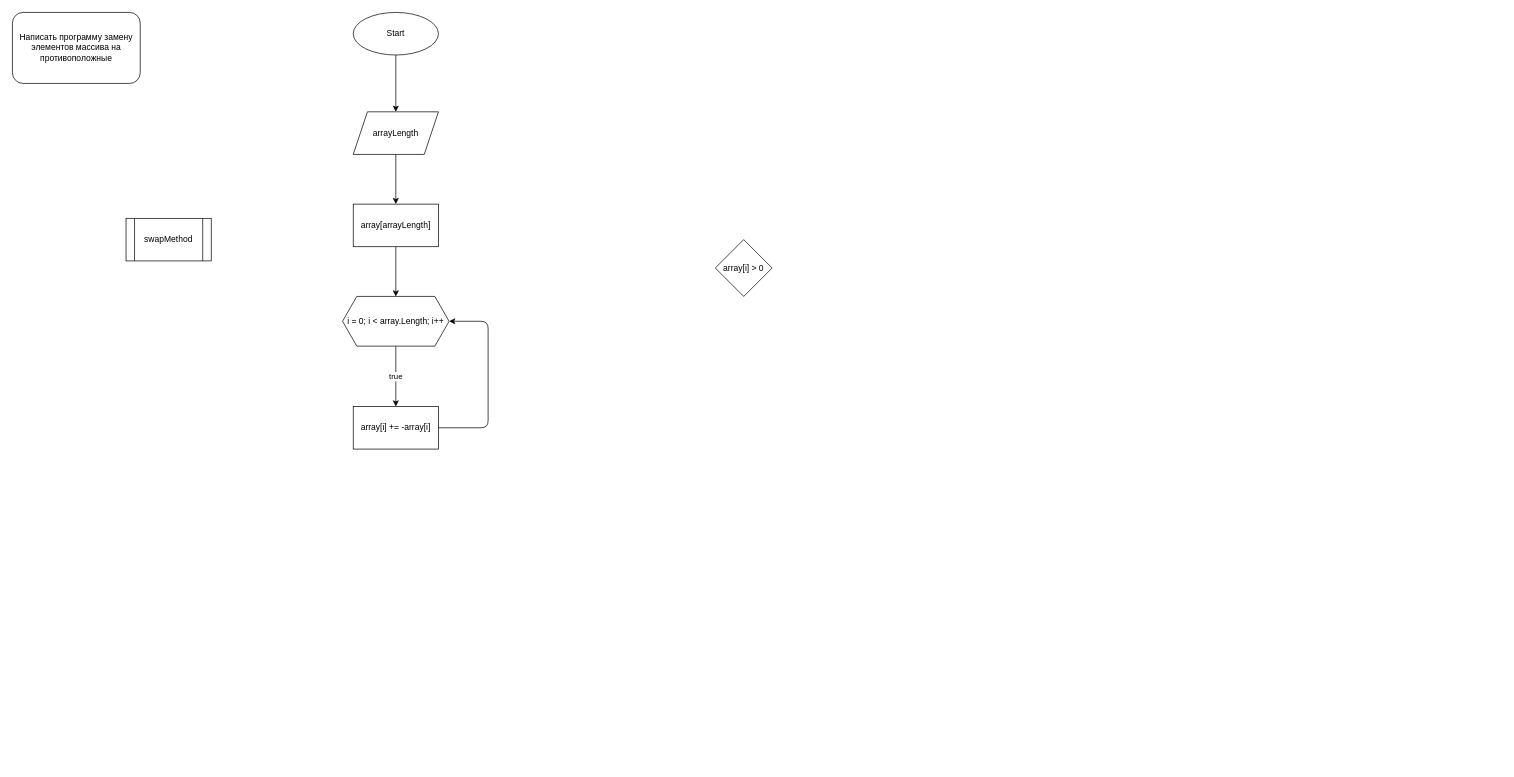
The draw.io diagram Task34SwappingArrayElements/flowchart.drawio in Fostix/LoLTasks, before the edit. Source tidied: cells renumbered, new cells numbered last; positions are measured from the earlier drawing's top-left corner, leaving out a move shared by most shapes. Both pictures are drawn from the tidied source at 71%, with x=0, y=0 at pixel (12, 12).
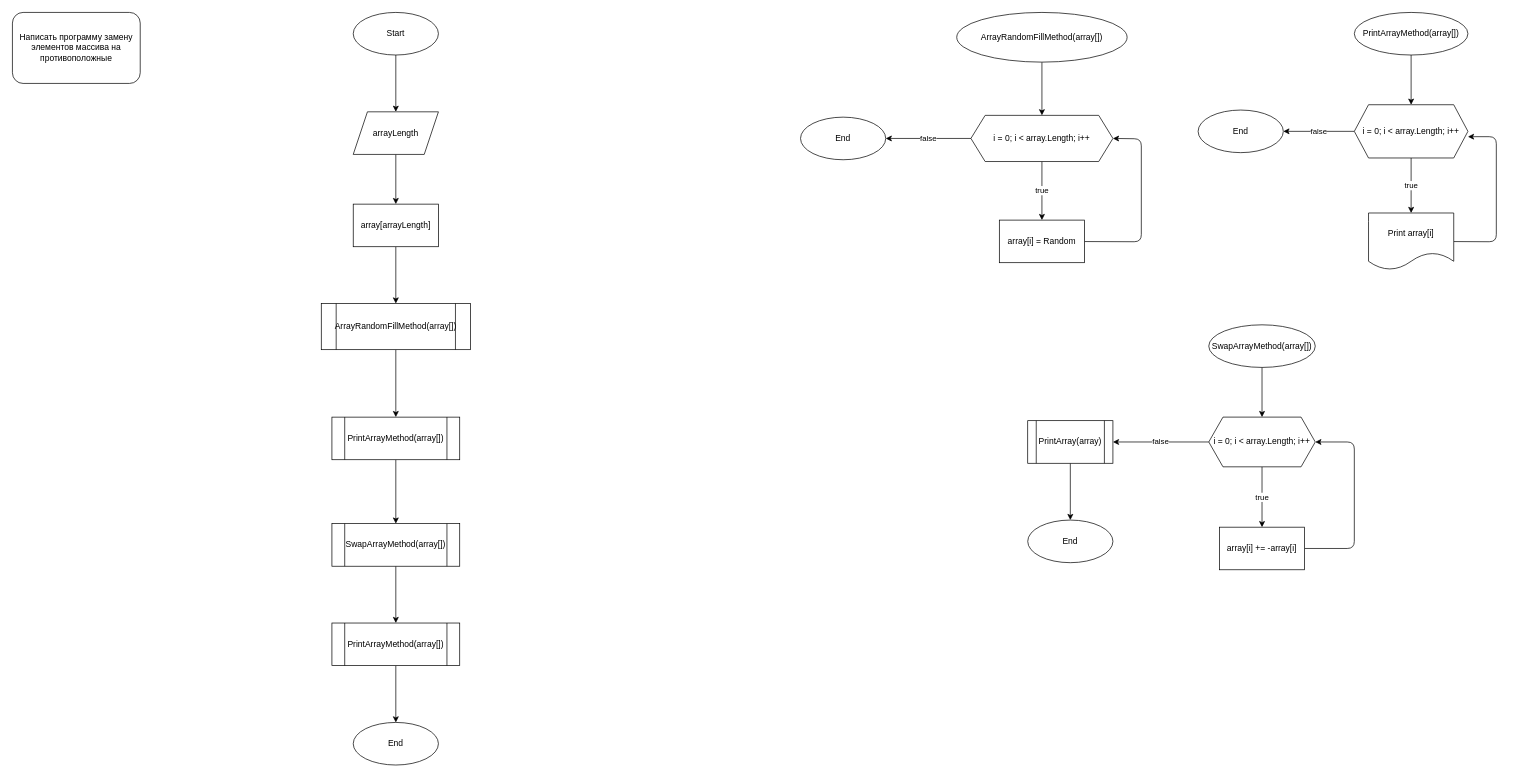
The same diagram, later.

Commit message (it also covers changes not shown here):
maked task 34 swapping array elements

Unchanged cells that the change refers to:
```xml
<mxCell id="6" value="array[arrayLength]" style="whiteSpace=wrap;html=1;" parent="1" vertex="1">
  <mxGeometry x="480" y="270" width="120" height="60" as="geometry" />
</mxCell>
```

Diff of the diagram source:
```diff
@@
-    <mxCell id="5" style="edgeStyle=none;html=1;" parent="1" edge="1" source="6" target="10">
-      <mxGeometry relative="1" as="geometry" />
-    </mxCell>
+    <mxCell id="15" style="edgeStyle=none;html=1;" parent="1" edge="1" source="6" target="29">
+      <mxGeometry relative="1" as="geometry" />
+    </mxCell>
@@
+    <mxCell id="16" value="false" style="edgeStyle=none;html=1;entryX=1;entryY=0.5;entryDx=0;entryDy=0;" parent="1" edge="1" source="10" target="18">
+      <mxGeometry relative="1" as="geometry" />
+    </mxCell>
     <mxCell id="10" value="i = 0; i &amp;lt; array.Length; i++" style="shape=hexagon;perimeter=hexagonPerimeter2;whiteSpace=wrap;html=1;fixedSize=1;" parent="1" vertex="1">
-      <mxGeometry x="465" y="400" width="150" height="70" as="geometry" />
+      <mxGeometry x="1685" y="570" width="150" height="70" as="geometry" />
     </mxCell>
     <mxCell id="11" style="edgeStyle=none;html=1;entryX=1;entryY=0.5;entryDx=0;entryDy=0;" parent="1" edge="1" source="12" target="10">
       <mxGeometry relative="1" as="geometry">
         <Array as="points">
-          <mxPoint x="670" y="585" />
-          <mxPoint x="670" y="435" />
+          <mxPoint x="1890" y="755" />
+          <mxPoint x="1890" y="605" />
         </Array>
       </mxGeometry>
     </mxCell>
     <mxCell id="12" value="array[i] += -array[i]" style="whiteSpace=wrap;html=1;" parent="1" vertex="1">
-      <mxGeometry x="480" y="555" width="120" height="60" as="geometry" />
+      <mxGeometry x="1700" y="725" width="120" height="60" as="geometry" />
     </mxCell>
-    <mxCell id="13" value="array[i] &amp;gt; 0" style="rhombus;whiteSpace=wrap;html=1;" parent="1" vertex="1">
-      <mxGeometry x="990" y="320" width="80" height="80" as="geometry" />
-    </mxCell>
-    <mxCell id="14" value="swapMethod" style="shape=process;whiteSpace=wrap;html=1;backgroundOutline=1;" parent="1" vertex="1">
-      <mxGeometry x="160" y="290" width="120" height="60" as="geometry" />
-    </mxCell>
+    <mxCell id="17" style="edgeStyle=none;html=1;" parent="1" edge="1" source="18" target="27">
+      <mxGeometry relative="1" as="geometry" />
+    </mxCell>
+    <mxCell id="18" value="PrintArray(array)" style="shape=process;whiteSpace=wrap;html=1;backgroundOutline=1;" parent="1" vertex="1">
+      <mxGeometry x="1430" y="575" width="120" height="60" as="geometry" />
+    </mxCell>
+    <mxCell id="19" style="edgeStyle=none;html=1;" parent="1" edge="1" source="20" target="23">
+      <mxGeometry relative="1" as="geometry" />
+    </mxCell>
+    <mxCell id="20" value="PrintArrayMethod(array[])" style="ellipse;whiteSpace=wrap;html=1;" parent="1" vertex="1">
+      <mxGeometry x="1890" width="160" height="60" as="geometry" />
+    </mxCell>
+    <mxCell id="21" value="true" style="edgeStyle=none;html=1;" parent="1" edge="1" source="23" target="25">
+      <mxGeometry relative="1" as="geometry" />
+    </mxCell>
+    <mxCell id="22" value="false" style="edgeStyle=none;html=1;" parent="1" edge="1" source="23" target="26">
+      <mxGeometry relative="1" as="geometry" />
+    </mxCell>
+    <mxCell id="23" value="i = 0; i &amp;lt; array.Length; i++" style="shape=hexagon;perimeter=hexagonPerimeter2;whiteSpace=wrap;html=1;fixedSize=1;" parent="1" vertex="1">
+      <mxGeometry x="1890" y="130" width="160" height="75" as="geometry" />
+    </mxCell>
+    <mxCell id="24" style="edgeStyle=none;html=1;entryX=1;entryY=0.6;entryDx=0;entryDy=0;entryPerimeter=0;" parent="1" edge="1" source="25" target="23">
+      <mxGeometry relative="1" as="geometry">
+        <Array as="points">
+          <mxPoint x="2090" y="323" />
+          <mxPoint x="2090" y="175" />
+        </Array>
+      </mxGeometry>
+    </mxCell>
+    <mxCell id="25" value="Print array[i]" style="shape=document;whiteSpace=wrap;html=1;boundedLbl=1;" parent="1" vertex="1">
+      <mxGeometry x="1910" y="282.5" width="120" height="80" as="geometry" />
+    </mxCell>
+    <mxCell id="26" value="End" style="ellipse;whiteSpace=wrap;html=1;" parent="1" vertex="1">
+      <mxGeometry x="1670" y="137.5" width="120" height="60" as="geometry" />
+    </mxCell>
+    <mxCell id="27" value="End" style="ellipse;whiteSpace=wrap;html=1;" parent="1" vertex="1">
+      <mxGeometry x="1430" y="715" width="120" height="60" as="geometry" />
+    </mxCell>
+    <mxCell id="28" style="edgeStyle=none;html=1;" parent="1" edge="1" source="29" target="46">
+      <mxGeometry relative="1" as="geometry" />
+    </mxCell>
+    <mxCell id="29" value="ArrayRandomFillMethod(array[])" style="shape=process;whiteSpace=wrap;html=1;backgroundOutline=1;" parent="1" vertex="1">
+      <mxGeometry x="435" y="410" width="210" height="65" as="geometry" />
+    </mxCell>
+    <mxCell id="30" style="edgeStyle=none;html=1;" parent="1" edge="1" source="31" target="34">
+      <mxGeometry relative="1" as="geometry" />
+    </mxCell>
+    <mxCell id="31" value="ArrayRandomFillMethod(array[])" style="ellipse;whiteSpace=wrap;html=1;" parent="1" vertex="1">
+      <mxGeometry x="1330" width="240" height="70" as="geometry" />
+    </mxCell>
+    <mxCell id="32" value="true" style="edgeStyle=none;html=1;" parent="1" edge="1" source="34" target="36">
+      <mxGeometry relative="1" as="geometry" />
+    </mxCell>
+    <mxCell id="33" value="false" style="edgeStyle=none;html=1;" parent="1" edge="1" source="34" target="37">
+      <mxGeometry relative="1" as="geometry" />
+    </mxCell>
+    <mxCell id="34" value="i = 0; i &amp;lt; array.Length; i++" style="shape=hexagon;perimeter=hexagonPerimeter2;whiteSpace=wrap;html=1;fixedSize=1;" parent="1" vertex="1">
+      <mxGeometry x="1350" y="145" width="200" height="65" as="geometry" />
+    </mxCell>
+    <mxCell id="35" style="edgeStyle=none;html=1;entryX=1;entryY=0.5;entryDx=0;entryDy=0;" parent="1" edge="1" source="36" target="34">
+      <mxGeometry relative="1" as="geometry">
+        <Array as="points">
+          <mxPoint x="1590" y="323" />
+          <mxPoint x="1590" y="178" />
+        </Array>
+      </mxGeometry>
+    </mxCell>
+    <mxCell id="36" value="array[i] = Random" style="whiteSpace=wrap;html=1;" parent="1" vertex="1">
+      <mxGeometry x="1390" y="292.5" width="120" height="60" as="geometry" />
+    </mxCell>
+    <mxCell id="37" value="End" style="ellipse;whiteSpace=wrap;html=1;" parent="1" vertex="1">
+      <mxGeometry x="1110" y="147.5" width="120" height="60" as="geometry" />
+    </mxCell>
+    <mxCell id="38" style="edgeStyle=none;html=1;" parent="1" edge="1" source="39" target="10">
+      <mxGeometry relative="1" as="geometry" />
+    </mxCell>
+    <mxCell id="39" value="SwapArrayMethod(array[])" style="ellipse;whiteSpace=wrap;html=1;" parent="1" vertex="1">
+      <mxGeometry x="1685" y="440" width="150" height="60" as="geometry" />
+    </mxCell>
+    <mxCell id="40" style="edgeStyle=none;html=1;" parent="1" edge="1" source="41" target="43">
+      <mxGeometry relative="1" as="geometry" />
+    </mxCell>
+    <mxCell id="41" value="SwapArrayMethod(array[])" style="shape=process;whiteSpace=wrap;html=1;backgroundOutline=1;" parent="1" vertex="1">
+      <mxGeometry x="450" y="720" width="180" height="60" as="geometry" />
+    </mxCell>
+    <mxCell id="42" style="edgeStyle=none;html=1;" parent="1" edge="1" source="43" target="44">
+      <mxGeometry relative="1" as="geometry" />
+    </mxCell>
+    <mxCell id="43" value="PrintArrayMethod(array[])" style="shape=process;whiteSpace=wrap;html=1;backgroundOutline=1;" parent="1" vertex="1">
+      <mxGeometry x="450" y="860" width="180" height="60" as="geometry" />
+    </mxCell>
+    <mxCell id="44" value="End" style="ellipse;whiteSpace=wrap;html=1;" parent="1" vertex="1">
+      <mxGeometry x="480" y="1000" width="120" height="60" as="geometry" />
+    </mxCell>
+    <mxCell id="45" style="edgeStyle=none;html=1;" parent="1" edge="1" source="46" target="41">
+      <mxGeometry relative="1" as="geometry" />
+    </mxCell>
+    <mxCell id="46" value="PrintArrayMethod(array[])" style="shape=process;whiteSpace=wrap;html=1;backgroundOutline=1;" parent="1" vertex="1">
+      <mxGeometry x="450" y="570" width="180" height="60" as="geometry" />
+    </mxCell>
```
